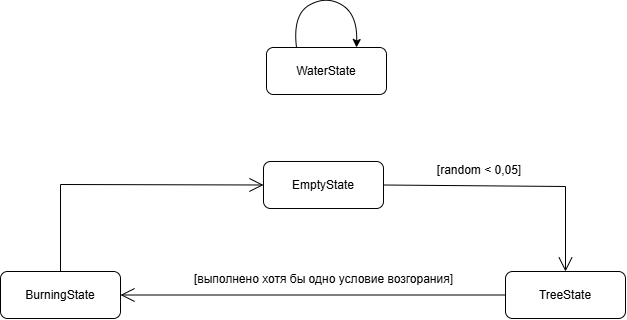
Yakovleva-Lera/Object-oriented-analysis-and-design-2 keeps this draw.io diagram as lab03/ДС.png. Above is the earlier version. Source tidied: cells renumbered, new cells last; positions are measured from the earlier drawing's top-left corner, leaving out a move shared by most shapes. Source of this version:
```xml
<mxGraphModel>
  <root>
    <mxCell id="0" />
    <mxCell id="1" parent="0" />
    <mxCell id="2" style="curved=1;endArrow=classic;html=1;rounded=0;exitX=0.25;exitY=0;exitDx=0;exitDy=0;entryX=0.75;entryY=0;entryDx=0;entryDy=0;" parent="1" edge="1" source="5" target="5">
      <mxGeometry relative="1" as="geometry">
        <Array as="points">
          <mxPoint x="292" y="19" />
          <mxPoint x="326" />
          <mxPoint x="357" y="19" />
        </Array>
      </mxGeometry>
    </mxCell>
    <mxCell id="3" value="BurningState" style="rounded=1;whiteSpace=wrap;html=1;" parent="1" vertex="1">
      <mxGeometry y="276" width="120" height="47" as="geometry" />
    </mxCell>
    <mxCell id="4" value="EmptyState" style="rounded=1;whiteSpace=wrap;html=1;" parent="1" vertex="1">
      <mxGeometry x="263" y="166" width="120" height="47" as="geometry" />
    </mxCell>
    <mxCell id="5" value="WaterState" style="rounded=1;whiteSpace=wrap;html=1;" parent="1" vertex="1">
      <mxGeometry x="266" y="52" width="120" height="47" as="geometry" />
    </mxCell>
    <mxCell id="6" value="TreeState" style="rounded=1;whiteSpace=wrap;html=1;" parent="1" vertex="1">
      <mxGeometry x="505" y="276" width="120" height="47" as="geometry" />
    </mxCell>
    <mxCell id="7" style="endArrow=open;endFill=1;endSize=12;html=1;rounded=0;entryX=0;entryY=0.5;entryDx=0;entryDy=0;exitX=0.5;exitY=0;exitDx=0;exitDy=0;" parent="1" edge="1" source="3" target="4">
      <mxGeometry relative="1" as="geometry">
        <Array as="points">
          <mxPoint x="60" y="189" />
        </Array>
      </mxGeometry>
    </mxCell>
    <mxCell id="8" style="endArrow=open;endFill=1;endSize=12;html=1;rounded=0;exitX=1;exitY=0.5;exitDx=0;exitDy=0;entryX=0.5;entryY=0;entryDx=0;entryDy=0;" parent="1" edge="1" source="4" target="6">
      <mxGeometry relative="1" as="geometry">
        <Array as="points">
          <mxPoint x="565" y="191" />
        </Array>
      </mxGeometry>
    </mxCell>
    <mxCell id="9" style="endArrow=open;endFill=1;endSize=12;html=1;rounded=0;exitX=0;exitY=0.5;exitDx=0;exitDy=0;entryX=1;entryY=0.5;entryDx=0;entryDy=0;" parent="1" edge="1" source="6" target="3">
      <mxGeometry relative="1" as="geometry" />
    </mxCell>
    <mxCell id="10" value="[random &amp;lt; 0,05]" style="text;html=1;whiteSpace=wrap;strokeColor=none;fillColor=none;align=center;verticalAlign=middle;rounded=0;" parent="1" vertex="1">
      <mxGeometry x="418" y="160" width="122" height="30" as="geometry" />
    </mxCell>
    <mxCell id="11" value="[выполнено хотя бы одно условие возгорания]" style="text;html=1;whiteSpace=wrap;strokeColor=none;fillColor=none;align=center;verticalAlign=middle;rounded=0;" parent="1" vertex="1">
      <mxGeometry x="176.5" y="269" width="293" height="30" as="geometry" />
    </mxCell>
  </root>
</mxGraphModel>
```
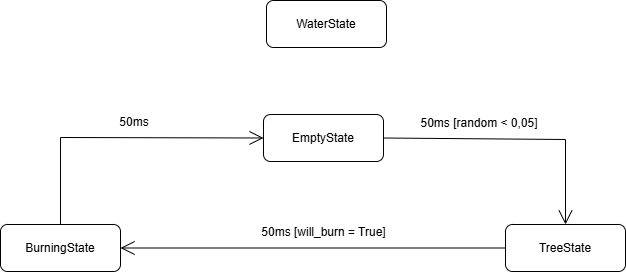
After the commit.

What changed in the source:
```diff
@@ -2,15 +2,6 @@
   <root>
     <mxCell id="0" />
     <mxCell id="1" parent="0" />
-    <mxCell id="2" style="curved=1;endArrow=classic;html=1;rounded=0;exitX=0.25;exitY=0;exitDx=0;exitDy=0;entryX=0.75;entryY=0;entryDx=0;entryDy=0;" parent="1" edge="1" source="5" target="5">
-      <mxGeometry relative="1" as="geometry">
-        <Array as="points">
-          <mxPoint x="292" y="19" />
-          <mxPoint x="326" />
-          <mxPoint x="357" y="19" />
-        </Array>
-      </mxGeometry>
-    </mxCell>
     <mxCell id="3" value="BurningState" style="rounded=1;whiteSpace=wrap;html=1;" parent="1" vertex="1">
       <mxGeometry y="276" width="120" height="47" as="geometry" />
     </mxCell>
@@ -40,11 +31,14 @@
     <mxCell id="9" style="endArrow=open;endFill=1;endSize=12;html=1;rounded=0;exitX=0;exitY=0.5;exitDx=0;exitDy=0;entryX=1;entryY=0.5;entryDx=0;entryDy=0;" parent="1" edge="1" source="6" target="3">
       <mxGeometry relative="1" as="geometry" />
     </mxCell>
-    <mxCell id="10" value="[random &amp;lt; 0,05]" style="text;html=1;whiteSpace=wrap;strokeColor=none;fillColor=none;align=center;verticalAlign=middle;rounded=0;" parent="1" vertex="1">
-      <mxGeometry x="418" y="160" width="122" height="30" as="geometry" />
-    </mxCell>
-    <mxCell id="11" value="[выполнено хотя бы одно условие возгорания]" style="text;html=1;whiteSpace=wrap;strokeColor=none;fillColor=none;align=center;verticalAlign=middle;rounded=0;" parent="1" vertex="1">
-      <mxGeometry x="176.5" y="269" width="293" height="30" as="geometry" />
-    </mxCell>
+    <mxCell id="12" value="50ms [random &amp;lt; 0,05]" style="text;html=1;whiteSpace=wrap;strokeColor=none;fillColor=none;align=center;verticalAlign=middle;rounded=0;" parent="1" vertex="1">
+      <mxGeometry x="418" y="160" width="122" height="30" as="geometry" />
+    </mxCell>
+    <mxCell id="13" value="50ms [will_burn = True]" style="text;html=1;whiteSpace=wrap;strokeColor=none;fillColor=none;align=center;verticalAlign=middle;rounded=0;" parent="1" vertex="1">
+      <mxGeometry x="176.5" y="269" width="293" height="30" as="geometry" />
+    </mxCell>
+    <mxCell id="14" value="50ms" style="text;html=1;whiteSpace=wrap;strokeColor=none;fillColor=none;align=center;verticalAlign=middle;rounded=0;" parent="1" vertex="1">
+      <mxGeometry x="104" y="159" width="60" height="30" as="geometry" />
+    </mxCell>
   </root>
 </mxGraphModel>
```
